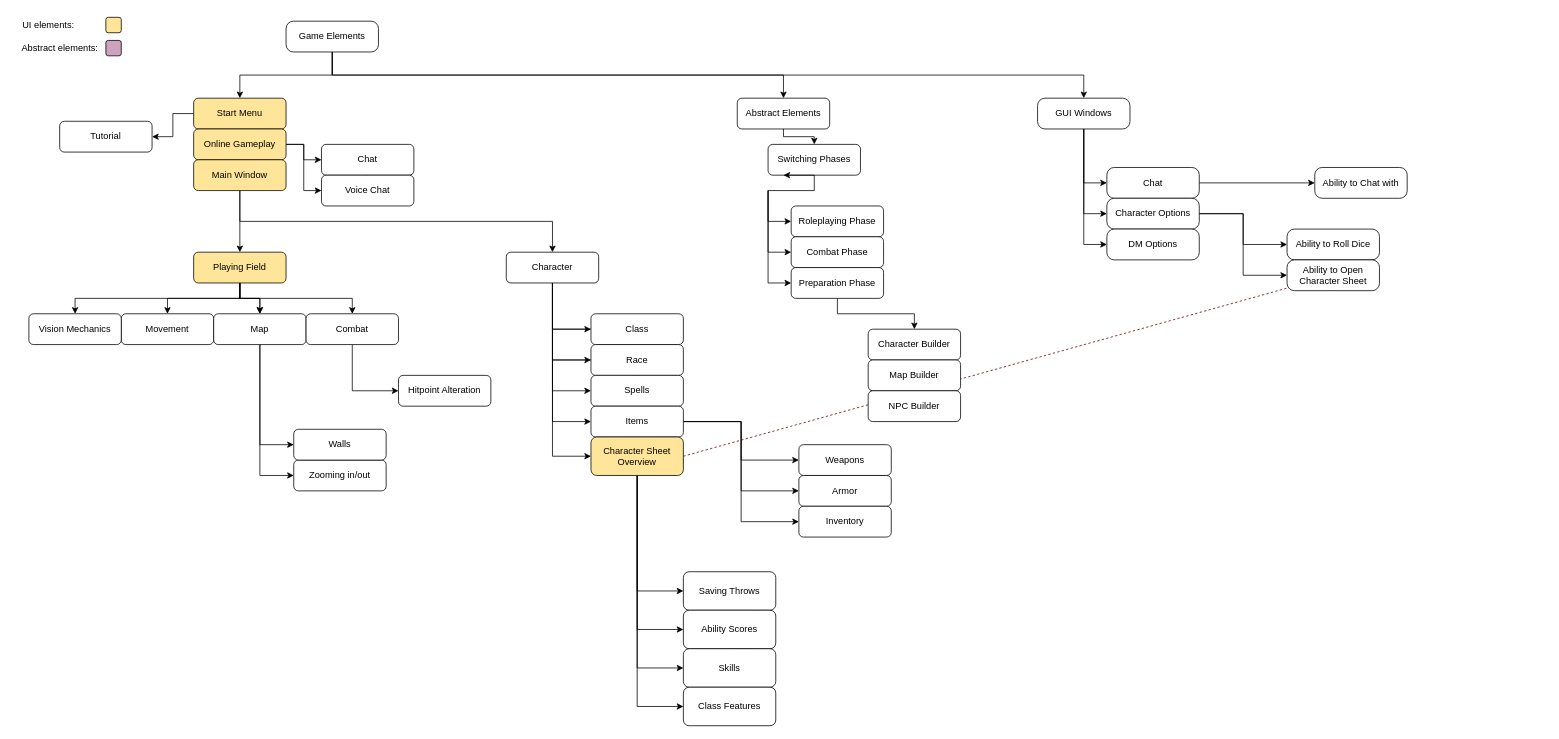
Nemijt03/Dnd-Simulator keeps this draw.io diagram as Dependency graph.drawio. Above is the earlier version. Source tidied: cells renumbered, new cells numbered last; positions are measured from the earlier drawing's top-left corner, leaving out a move shared by most shapes. Both pictures are drawn from the tidied source at 77%, with x=0, y=0 at pixel (13, 13).
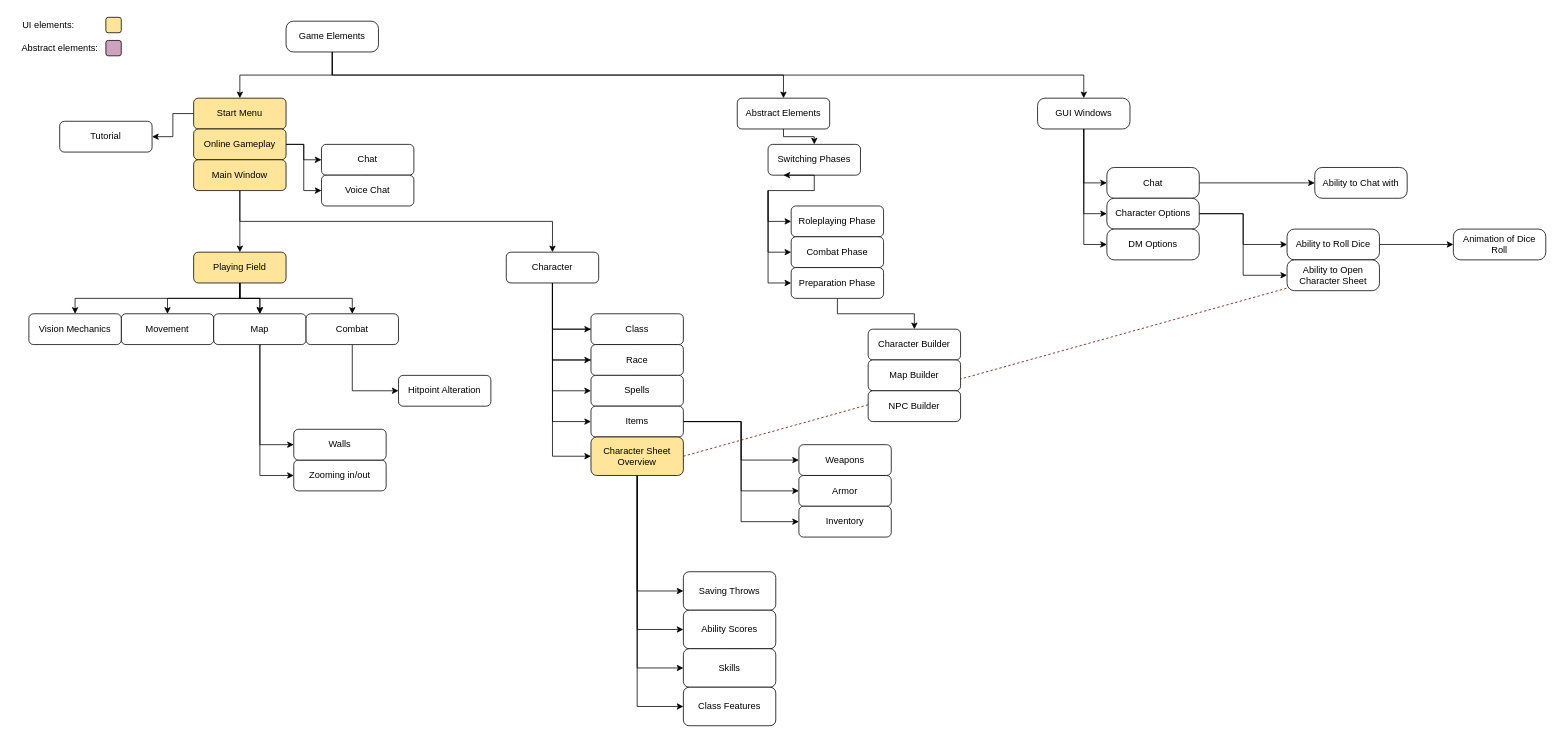
The same diagram, later.

Unchanged cells that the change refers to:
```xml
<mxCell id="92" value="Ability to Roll Dice" style="rounded=1;whiteSpace=wrap;html=1;arcSize=24;" parent="1" vertex="1">
  <mxGeometry x="1654" y="280" width="120" height="40" as="geometry" />
</mxCell>
```

Diff of the diagram source:
```diff
@@
+    <mxCell id="95" style="edgeStyle=orthogonalEdgeStyle;rounded=0;jettySize=auto;html=1;" parent="1" edge="1" source="92" target="96">
+      <mxGeometry relative="1" as="geometry" />
+    </mxCell>
@@
+    <mxCell id="96" value="Animation of Dice Roll" style="rounded=1;whiteSpace=wrap;html=1;arcSize=24;" parent="1" vertex="1">
+      <mxGeometry x="1870" y="280" width="120" height="40" as="geometry" />
+    </mxCell>
```
